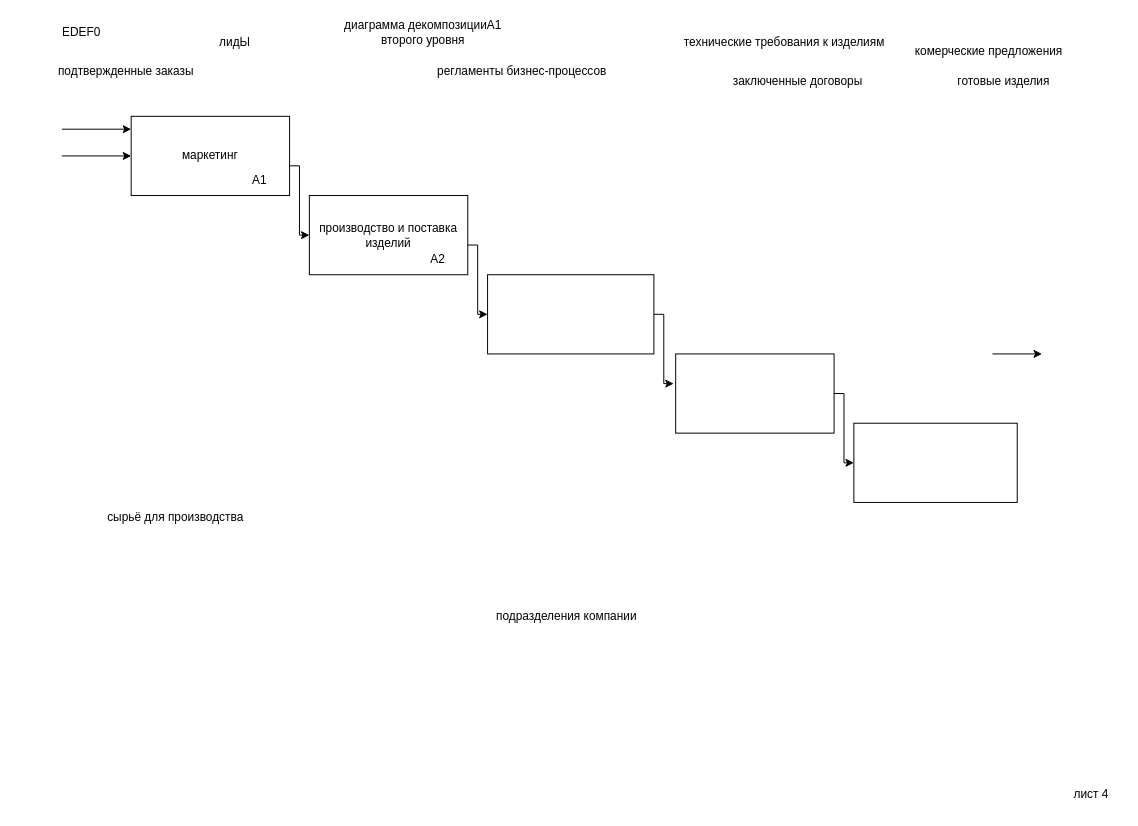
The draw.io diagram page "Страница — 5" (5 of 5) of newexample2025.drawio in emauter/GB_mysql, before the edit. Source tidied: cells renumbered, new cells numbered last; positions are measured from the earlier drawing's top-left corner, leaving out a move shared by most shapes. Both pictures are drawn from the tidied source at 99%, with x=0, y=0 at pixel (51, 17).
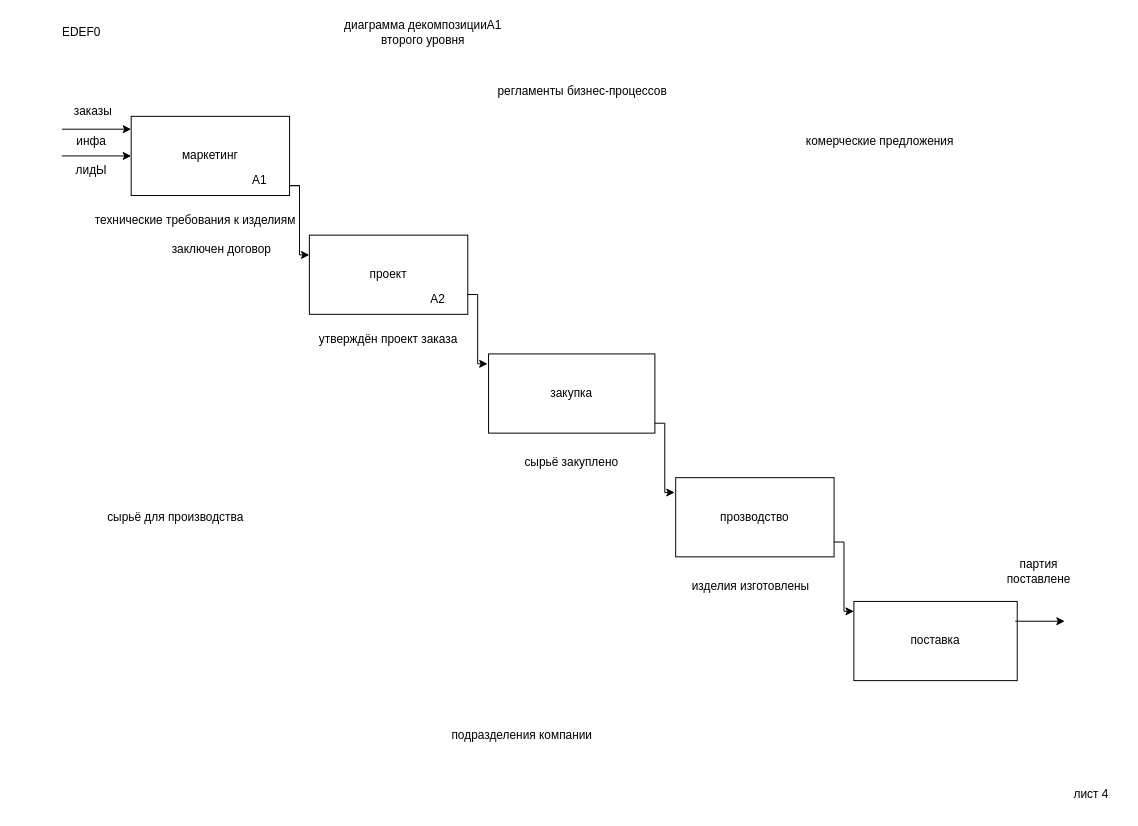
The same diagram, later.

Change to the diagram source:
```diff
@@
     <mxCell id="4" value="комерческие предложения" style="text;html=1;align=center;verticalAlign=middle;whiteSpace=wrap;rounded=0;" parent="1" vertex="1">
-      <mxGeometry x="870" y="20" width="153" height="30" as="geometry" />
+      <mxGeometry x="760" y="110" width="153" height="30" as="geometry" />
     </mxCell>
     <mxCell id="5" value="лидЫ" style="text;html=1;align=center;verticalAlign=middle;whiteSpace=wrap;rounded=0;" parent="1" vertex="1">
-      <mxGeometry x="110" y="10" width="150" height="30" as="geometry" />
+      <mxGeometry x="-35" y="140" width="150" height="30" as="geometry" />
     </mxCell>
     <mxCell id="6" value="подразделения компании" style="text;html=1;align=center;verticalAlign=middle;whiteSpace=wrap;rounded=0;" parent="1" vertex="1">
-      <mxGeometry x="440" y="590" width="160" height="30" as="geometry" />
+      <mxGeometry x="395" y="710" width="160" height="30" as="geometry" />
     </mxCell>
     <mxCell id="7" value="регламенты бизнес-процессов" style="text;html=1;align=center;verticalAlign=middle;whiteSpace=wrap;rounded=0;" parent="1" vertex="1">
-      <mxGeometry x="380" y="40" width="190" height="30" as="geometry" />
+      <mxGeometry x="441" y="60" width="190" height="30" as="geometry" />
     </mxCell>
@@
     <mxCell id="10" value="технические требования к изделиям" style="text;html=1;align=center;verticalAlign=middle;whiteSpace=wrap;rounded=0;" parent="1" vertex="1">
-      <mxGeometry x="635" y="10" width="210" height="30" as="geometry" />
+      <mxGeometry x="40" y="190" width="210" height="30" as="geometry" />
     </mxCell>
-    <mxCell id="11" value="подтвержденные заказы" style="text;html=1;align=center;verticalAlign=middle;whiteSpace=wrap;rounded=0;" parent="1" vertex="1">
-      <mxGeometry y="40" width="150" height="30" as="geometry" />
+    <mxCell id="11" value="&amp;nbsp;заказы" style="text;html=1;align=center;verticalAlign=middle;whiteSpace=wrap;rounded=0;" parent="1" vertex="1">
+      <mxGeometry y="80" width="80" height="30" as="geometry" />
     </mxCell>
@@
-    <mxCell id="13" value="готовые изделия" style="text;html=1;align=center;verticalAlign=middle;whiteSpace=wrap;rounded=0;" parent="1" vertex="1">
-      <mxGeometry x="880" y="50" width="163" height="30" as="geometry" />
+    <mxCell id="13" value="изделия изготовлены" style="text;html=1;align=center;verticalAlign=middle;whiteSpace=wrap;rounded=0;" parent="1" vertex="1">
+      <mxGeometry x="620" y="560" width="171.5" height="30" as="geometry" />
     </mxCell>
-    <mxCell id="14" value="заключенные договоры" style="text;html=1;align=center;verticalAlign=middle;whiteSpace=wrap;rounded=0;" parent="1" vertex="1">
-      <mxGeometry x="662" y="50" width="183" height="30" as="geometry" />
-    </mxCell>
@@
-    <mxCell id="17" value="производство и поставка изделий" style="rounded=0;whiteSpace=wrap;html=1;" parent="1" vertex="1">
-      <mxGeometry x="260" y="180" width="160" height="80" as="geometry" />
+    <mxCell id="17" value="проект" style="rounded=0;whiteSpace=wrap;html=1;" parent="1" vertex="1">
+      <mxGeometry x="260" y="220" width="160" height="80" as="geometry" />
     </mxCell>
@@
     <mxCell id="19" value="А2" style="text;html=1;align=center;verticalAlign=middle;whiteSpace=wrap;rounded=0;" parent="1" vertex="1">
-      <mxGeometry x="360" y="230" width="60" height="30" as="geometry" />
+      <mxGeometry x="360" y="270" width="60" height="30" as="geometry" />
     </mxCell>
-    <mxCell id="20" style="rounded=0;whiteSpace=wrap;html=1;" parent="1" vertex="1">
-      <mxGeometry x="440" y="260" width="168" height="80" as="geometry" />
+    <mxCell id="20" value="закупка" style="rounded=0;whiteSpace=wrap;html=1;" parent="1" vertex="1">
+      <mxGeometry x="441" y="340" width="168" height="80" as="geometry" />
     </mxCell>
-    <mxCell id="21" style="rounded=0;whiteSpace=wrap;html=1;" parent="1" vertex="1">
-      <mxGeometry x="630" y="340" width="160" height="80" as="geometry" />
+    <mxCell id="21" value="прозводство" style="rounded=0;whiteSpace=wrap;html=1;" parent="1" vertex="1">
+      <mxGeometry x="630" y="465" width="160" height="80" as="geometry" />
     </mxCell>
-    <mxCell id="22" style="rounded=0;whiteSpace=wrap;html=1;" parent="1" vertex="1">
-      <mxGeometry x="810" y="410" width="165" height="80" as="geometry" />
+    <mxCell id="22" value="поставка" style="rounded=0;whiteSpace=wrap;html=1;" parent="1" vertex="1">
+      <mxGeometry x="810" y="590" width="165" height="80" as="geometry" />
     </mxCell>
     <mxCell id="23" style="endArrow=classic;html=1;rounded=0;" parent="1" edge="1">
       <mxGeometry relative="1" as="geometry">
-        <mxPoint x="950" y="340" as="sourcePoint" />
-        <mxPoint x="1000" y="340" as="targetPoint" />
+        <mxPoint x="973" y="610" as="sourcePoint" />
+        <mxPoint x="1023" y="610" as="targetPoint" />
       </mxGeometry>
     </mxCell>
     <mxCell id="24" style="endArrow=classic;html=1;rounded=0;" parent="1" edge="1">
       <mxGeometry relative="1" as="geometry">
-        <mxPoint x="240" y="150" as="sourcePoint" />
-        <mxPoint x="260" y="220" as="targetPoint" />
+        <mxPoint x="250" y="170" as="sourcePoint" />
+        <mxPoint x="260" y="240" as="targetPoint" />
         <Array as="points">
-          <mxPoint x="240" y="150" />
-          <mxPoint x="250" y="150" />
-          <mxPoint x="250" y="220" />
+          <mxPoint x="240" y="170" />
+          <mxPoint x="250" y="170" />
+          <mxPoint x="250" y="240" />
         </Array>
       </mxGeometry>
     </mxCell>
     <mxCell id="25" style="endArrow=classic;html=1;rounded=0;" parent="1" edge="1">
       <mxGeometry relative="1" as="geometry">
-        <mxPoint x="420" y="230" as="sourcePoint" />
-        <mxPoint x="440" y="300" as="targetPoint" />
+        <mxPoint x="420" y="280" as="sourcePoint" />
+        <mxPoint x="440" y="350" as="targetPoint" />
         <Array as="points">
-          <mxPoint x="420" y="230" />
-          <mxPoint x="430" y="230" />
-          <mxPoint x="430" y="300" />
+          <mxPoint x="420" y="280" />
+          <mxPoint x="430" y="280" />
+          <mxPoint x="430" y="350" />
         </Array>
       </mxGeometry>
     </mxCell>
     <mxCell id="26" style="endArrow=classic;html=1;rounded=0;" parent="1" edge="1">
       <mxGeometry relative="1" as="geometry">
-        <mxPoint x="608" y="300" as="sourcePoint" />
-        <mxPoint x="628" y="370" as="targetPoint" />
+        <mxPoint x="609" y="410" as="sourcePoint" />
+        <mxPoint x="629" y="480" as="targetPoint" />
         <Array as="points">
-          <mxPoint x="608" y="300" />
-          <mxPoint x="618" y="300" />
-          <mxPoint x="618" y="370" />
+          <mxPoint x="609" y="410" />
+          <mxPoint x="619" y="410" />
+          <mxPoint x="619" y="480" />
         </Array>
       </mxGeometry>
     </mxCell>
     <mxCell id="27" style="endArrow=classic;html=1;rounded=0;" parent="1" edge="1">
       <mxGeometry relative="1" as="geometry">
-        <mxPoint x="790" y="380" as="sourcePoint" />
-        <mxPoint x="810" y="450" as="targetPoint" />
+        <mxPoint x="790" y="530" as="sourcePoint" />
+        <mxPoint x="810" y="600" as="targetPoint" />
         <Array as="points">
-          <mxPoint x="790" y="380" />
-          <mxPoint x="800" y="380" />
-          <mxPoint x="800" y="450" />
+          <mxPoint x="790" y="530" />
+          <mxPoint x="800" y="530" />
+          <mxPoint x="800" y="600" />
         </Array>
       </mxGeometry>
     </mxCell>
+    <mxCell id="14" value="заключен договор" style="text;html=1;align=center;verticalAlign=middle;whiteSpace=wrap;rounded=0;rotation=0;" parent="1" vertex="1">
+      <mxGeometry x="80" y="220" width="183" height="30" as="geometry" />
+    </mxCell>
+    <mxCell id="28" value="инфа" style="text;html=1;align=center;verticalAlign=middle;whiteSpace=wrap;rounded=0;" parent="1" vertex="1">
+      <mxGeometry x="10" y="110" width="60" height="30" as="geometry" />
+    </mxCell>
+    <mxCell id="29" value="утверждён проект заказа" style="text;html=1;align=center;verticalAlign=middle;whiteSpace=wrap;rounded=0;" parent="1" vertex="1">
+      <mxGeometry x="245" y="310" width="190" height="30" as="geometry" />
+    </mxCell>
+    <mxCell id="30" value="партия поставлене" style="text;html=1;align=center;verticalAlign=middle;whiteSpace=wrap;rounded=0;" parent="1" vertex="1">
+      <mxGeometry x="950" y="545" width="93.5" height="30" as="geometry" />
+    </mxCell>
+    <mxCell id="31" value="сырьё закуплено" style="text;html=1;align=center;verticalAlign=middle;whiteSpace=wrap;rounded=0;" parent="1" vertex="1">
+      <mxGeometry x="440" y="435" width="170" height="30" as="geometry" />
+    </mxCell>
```
